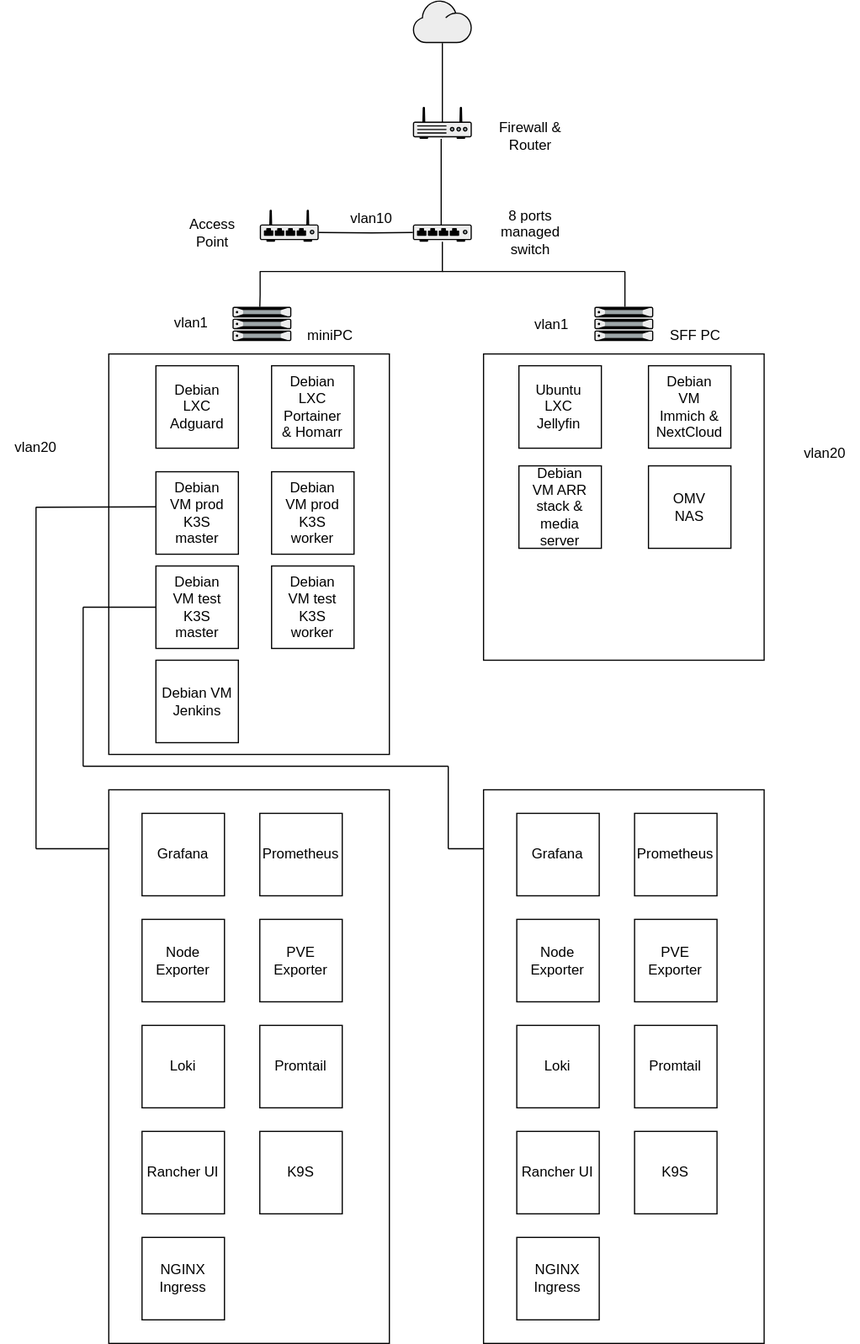
The draw.io diagram homelab.svg in AlexStefan17/homelab, before a commit. Source tidied: cells renumbered, new cells last; positions are measured from the earlier drawing's top-left corner, leaving out a move shared by most shapes.
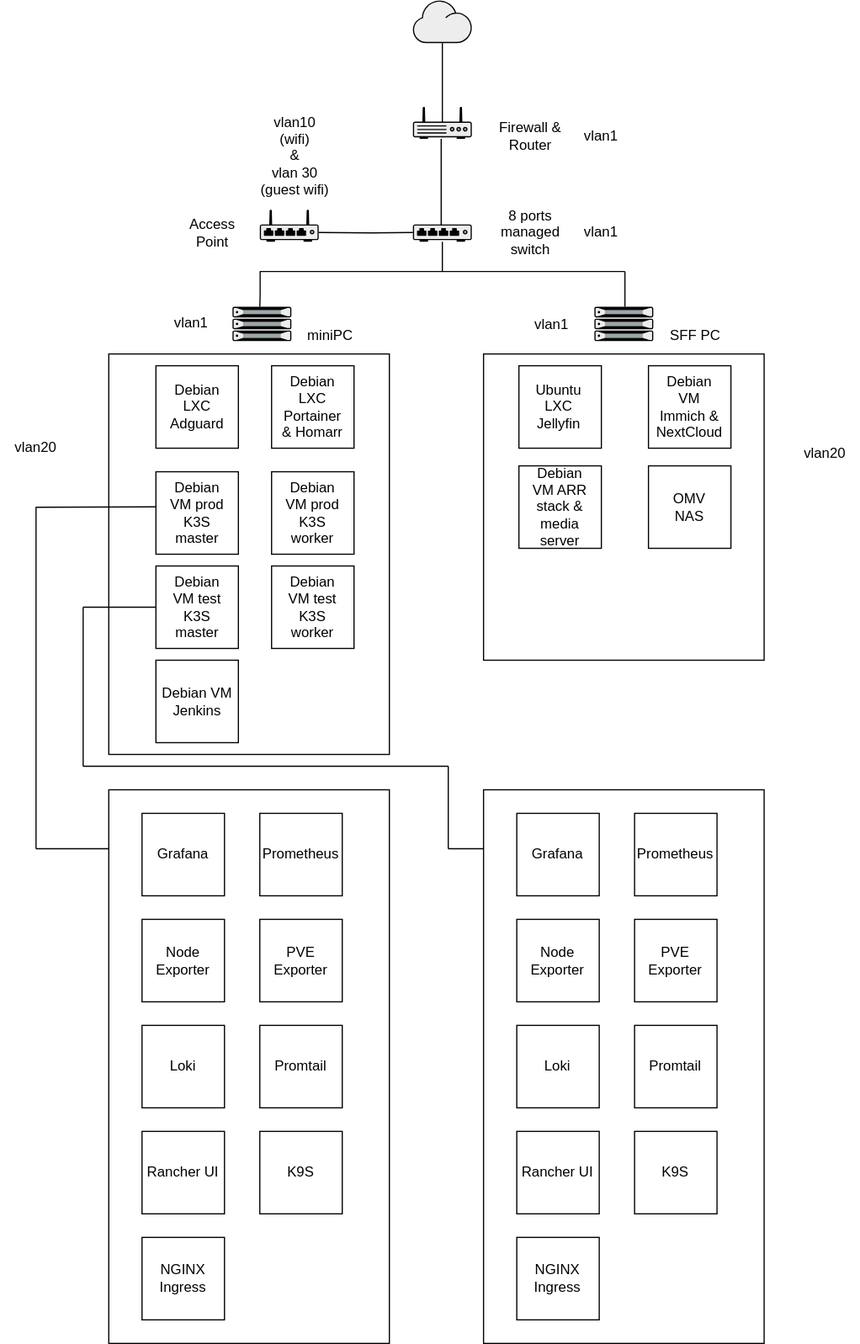
After the commit.

Commit message:
update homelab diagram

What changed in the source:
```diff
@@ -269,8 +269,8 @@
     <mxCell id="71" value="vlan1" style="text;html=1;whiteSpace=wrap;strokeColor=none;fillColor=none;align=center;verticalAlign=middle;rounded=0;" parent="1" vertex="1">
       <mxGeometry x="131.8" y="259.1" width="60" height="30" as="geometry" />
     </mxCell>
-    <mxCell id="72" value="vlan10" style="text;html=1;whiteSpace=wrap;strokeColor=none;fillColor=none;align=center;verticalAlign=middle;rounded=0;" parent="1" vertex="1">
-      <mxGeometry x="285" y="170" width="60" height="30" as="geometry" />
+    <mxCell id="72" value="vlan10&lt;br&gt;(wifi)&lt;br&gt;&amp;amp;&lt;br&gt;vlan 30&lt;br&gt;&lt;div&gt;(guest wifi)&lt;/div&gt;" style="text;html=1;whiteSpace=wrap;strokeColor=none;fillColor=none;align=center;verticalAlign=middle;rounded=0;" parent="1" vertex="1">
+      <mxGeometry x="220" y="117.4" width="60" height="30" as="geometry" />
     </mxCell>
     <mxCell id="73" value="vlan1" style="text;html=1;whiteSpace=wrap;strokeColor=none;fillColor=none;align=center;verticalAlign=middle;rounded=0;" parent="1" vertex="1">
       <mxGeometry x="438.2" y="260" width="60" height="30" as="geometry" />
@@ -281,5 +281,11 @@
     <mxCell id="75" value="vlan20" style="text;html=1;whiteSpace=wrap;strokeColor=none;fillColor=none;align=center;verticalAlign=middle;rounded=0;" parent="1" vertex="1">
       <mxGeometry x="670" y="370" width="60" height="30" as="geometry" />
     </mxCell>
+    <mxCell id="76" value="vlan1" style="text;html=1;whiteSpace=wrap;strokeColor=none;fillColor=none;align=center;verticalAlign=middle;rounded=0;" parent="1" vertex="1">
+      <mxGeometry x="480" y="182.3" width="60" height="30" as="geometry" />
+    </mxCell>
+    <mxCell id="77" value="vlan1" style="text;html=1;whiteSpace=wrap;strokeColor=none;fillColor=none;align=center;verticalAlign=middle;rounded=0;" parent="1" vertex="1">
+      <mxGeometry x="480" y="100" width="60" height="30" as="geometry" />
+    </mxCell>
   </root>
 </mxGraphModel>
```
